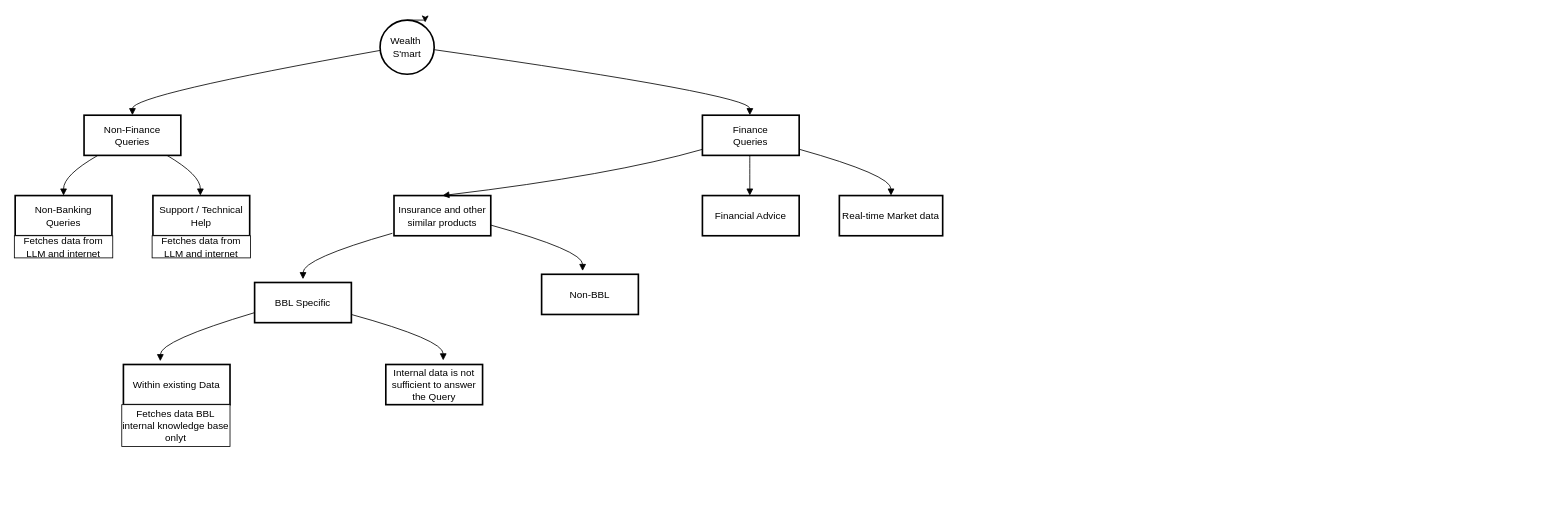
dedmari/FoodMingle keeps this draw.io diagram as Untitled Diagram.drawio. Above is the earlier version. Source tidied: cells renumbered, new cells numbered last; positions are measured from the earlier drawing's top-left corner, leaving out a move shared by most shapes. Both pictures are drawn from the tidied source at 82%, with x=0, y=0 at pixel (14, 20).
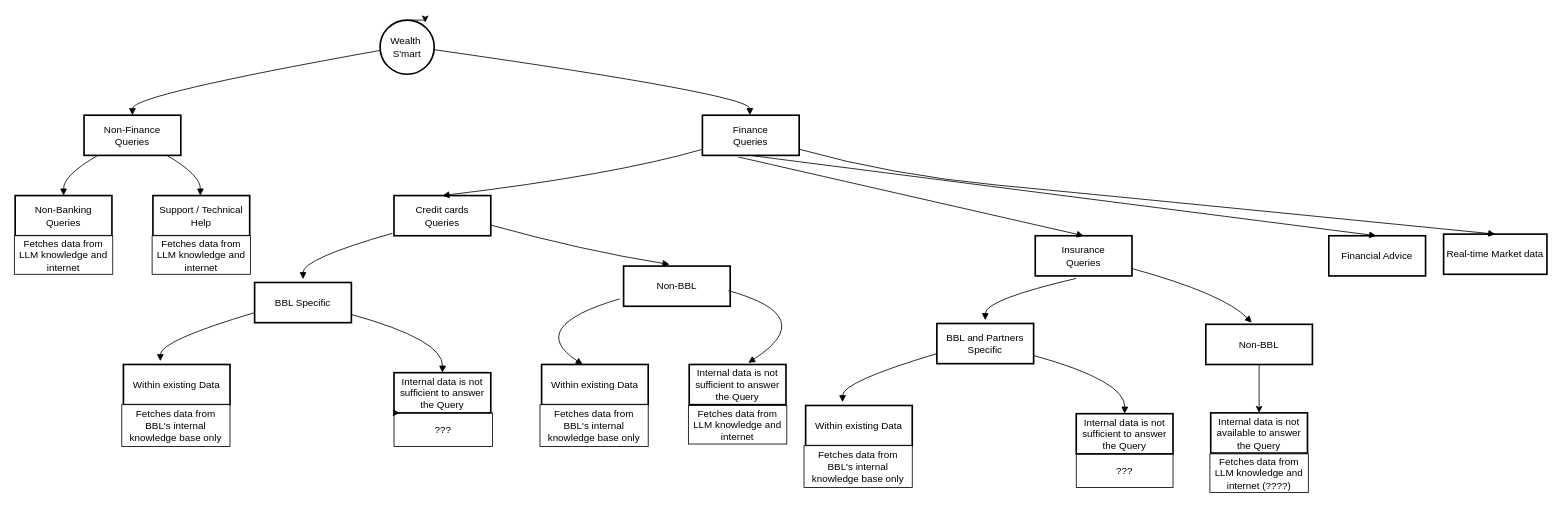
After the change.

Unchanged cells that the change refers to:
```xml
<mxCell id="4" value="Finance&#10;Queries" style="whiteSpace=wrap;strokeWidth=2;" parent="1" vertex="1">
  <mxGeometry x="839.1" y="116" width="118" height="49" as="geometry" />
</mxCell>
```

Change to the diagram source:
```diff
@@
-    <mxCell id="7" value="Insurance and other similar products" style="whiteSpace=wrap;strokeWidth=2;" parent="1" vertex="1">
+    <mxCell id="7" value="Credit cards&#10;Queries" style="whiteSpace=wrap;strokeWidth=2;" parent="1" vertex="1">
       <mxGeometry x="463" y="214" width="118" height="49" as="geometry" />
     </mxCell>
     <mxCell id="8" value="Financial Advice" style="whiteSpace=wrap;strokeWidth=2;" parent="1" vertex="1">
-      <mxGeometry x="839.1" y="214" width="118" height="49" as="geometry" />
+      <mxGeometry x="1603" y="263" width="118" height="49" as="geometry" />
     </mxCell>
     <mxCell id="9" value="Real-time Market data" style="whiteSpace=wrap;strokeWidth=2;" parent="1" vertex="1">
-      <mxGeometry x="1006.1" y="214" width="126" height="49" as="geometry" />
+      <mxGeometry x="1743" y="261" width="126" height="49" as="geometry" />
     </mxCell>
@@
     <mxCell id="16" style="curved=1;startArrow=none;endArrow=block;exitX=0.99;exitY=0.84;entryX=0.5;entryY=0.01;" parent="1" edge="1" source="4" target="9">
       <mxGeometry relative="1" as="geometry">
         <Array as="points">
           <mxPoint x="1069.1" y="189" />
+          <mxPoint x="1333" y="214" />
         </Array>
       </mxGeometry>
     </mxCell>
@@
     <mxCell id="20" value="Non-BBL" style="whiteSpace=wrap;strokeWidth=2;" parent="1" vertex="1">
-      <mxGeometry x="643" y="310" width="118" height="49" as="geometry" />
+      <mxGeometry x="743" y="300" width="130" height="49" as="geometry" />
     </mxCell>
@@
-    <mxCell id="23" style="curved=1;startArrow=none;endArrow=block;exitX=0.99;exitY=0.84;entryX=0.5;entryY=0.01;" parent="1" edge="1">
+    <mxCell id="23" style="curved=1;startArrow=none;endArrow=block;exitX=0.99;exitY=0.84;entryX=0.431;entryY=-0.041;entryDx=0;entryDy=0;entryPerimeter=0;" parent="1" edge="1" target="20">
       <mxGeometry relative="1" as="geometry">
         <mxPoint x="581" y="250" as="sourcePoint" />
-        <mxPoint x="693" y="306" as="targetPoint" />
         <Array as="points">
           <mxPoint x="693.1" y="281" />
         </Array>
       </mxGeometry>
     </mxCell>
-    <mxCell id="24" style="curved=1;startArrow=none;endArrow=block;exitX=0.99;exitY=0.84;entryX=0.5;entryY=0.01;" parent="1" edge="1">
+    <mxCell id="24" style="curved=1;startArrow=none;endArrow=block;exitX=0.99;exitY=0.84;entryX=0.5;entryY=0;entryDx=0;entryDy=0;" parent="1" edge="1" target="33">
       <mxGeometry relative="1" as="geometry">
         <mxPoint x="411" y="359" as="sourcePoint" />
-        <mxPoint x="523" y="415" as="targetPoint" />
         <Array as="points">
           <mxPoint x="523.1" y="390" />
         </Array>
       </mxGeometry>
     </mxCell>
     <mxCell id="25" value="Internal data is not sufficient to answer the Query" style="whiteSpace=wrap;strokeWidth=2;" parent="1" vertex="1">
-      <mxGeometry x="453" y="420" width="118" height="49" as="geometry" />
+      <mxGeometry x="823" y="420" width="118" height="49" as="geometry" />
     </mxCell>
-    <mxCell id="26" value="Fetches data from LLM and internet" style="rounded=0;whiteSpace=wrap;html=1;" parent="1" vertex="1">
-      <mxGeometry y="263" width="120" height="27" as="geometry" />
+    <mxCell id="26" value="Fetches data from LLM knowledge and internet" style="rounded=0;whiteSpace=wrap;html=1;" parent="1" vertex="1">
+      <mxGeometry y="263" width="120" height="47" as="geometry" />
     </mxCell>
-    <mxCell id="27" value="Fetches data from LLM and internet" style="rounded=0;whiteSpace=wrap;html=1;" parent="1" vertex="1">
-      <mxGeometry x="168" y="263" width="120" height="27" as="geometry" />
+    <mxCell id="27" value="Fetches data from LLM knowledge and internet" style="rounded=0;whiteSpace=wrap;html=1;" parent="1" vertex="1">
+      <mxGeometry x="168" y="263" width="120" height="47" as="geometry" />
     </mxCell>
-    <mxCell id="28" value="Fetches data BBL internal knowledge base onlyt" style="rounded=0;whiteSpace=wrap;html=1;" parent="1" vertex="1">
+    <mxCell id="28" value="Fetches data from BBL's internal knowledge base only" style="rounded=0;whiteSpace=wrap;html=1;" parent="1" vertex="1">
       <mxGeometry x="131" y="469" width="132" height="51" as="geometry" />
     </mxCell>
+    <mxCell id="29" value="???" style="rounded=0;whiteSpace=wrap;html=1;" parent="1" vertex="1">
+      <mxGeometry x="463" y="479" width="120" height="41" as="geometry" />
+    </mxCell>
+    <mxCell id="30" value="Within existing Data" style="whiteSpace=wrap;strokeWidth=2;" parent="1" vertex="1">
+      <mxGeometry x="643" y="420" width="130" height="49" as="geometry" />
+    </mxCell>
+    <mxCell id="31" value="Fetches data from BBL's internal knowledge base only" style="rounded=0;whiteSpace=wrap;html=1;" parent="1" vertex="1">
+      <mxGeometry x="641" y="469" width="132" height="51" as="geometry" />
+    </mxCell>
+    <mxCell id="32" style="curved=1;startArrow=none;endArrow=block;exitX=0;exitY=0.75;entryX=0.385;entryY=0;exitDx=0;exitDy=0;entryDx=0;entryDy=0;entryPerimeter=0;" parent="1" edge="1" target="30">
+      <mxGeometry relative="1" as="geometry">
+        <mxPoint x="738" y="340" as="sourcePoint" />
+        <Array as="points">
+          <mxPoint x="623.1" y="374" />
+        </Array>
+      </mxGeometry>
+    </mxCell>
+    <mxCell id="33" value="Internal data is not sufficient to answer the Query" style="whiteSpace=wrap;strokeWidth=2;" parent="1" vertex="1">
+      <mxGeometry x="463" y="430" width="118" height="49" as="geometry" />
+    </mxCell>
+    <mxCell id="34" style="edgeStyle=orthogonalEdgeStyle;rounded=0;jettySize=auto;html=1;exitX=0;exitY=0;exitDx=0;exitDy=0;entryX=0.059;entryY=1.02;entryDx=0;entryDy=0;entryPerimeter=0;" parent="1" edge="1" source="29" target="33">
+      <mxGeometry relative="1" as="geometry" />
+    </mxCell>
+    <mxCell id="35" style="curved=1;startArrow=none;endArrow=block;exitX=0.99;exitY=0.84;entryX=0.61;entryY=-0.041;entryDx=0;entryDy=0;entryPerimeter=0;" parent="1" edge="1" target="25">
+      <mxGeometry relative="1" as="geometry">
+        <mxPoint x="870.9" y="330" as="sourcePoint" />
+        <Array as="points">
+          <mxPoint x="983" y="361" />
+        </Array>
+      </mxGeometry>
+    </mxCell>
+    <mxCell id="36" value="Fetches data from LLM knowledge and internet" style="rounded=0;whiteSpace=wrap;html=1;" parent="1" vertex="1">
+      <mxGeometry x="822" y="470" width="120" height="47" as="geometry" />
+    </mxCell>
+    <mxCell id="37" value="Insurance&#10;Queries" style="whiteSpace=wrap;strokeWidth=2;" parent="1" vertex="1">
+      <mxGeometry x="1245" y="263" width="118" height="49" as="geometry" />
+    </mxCell>
+    <mxCell id="38" style="curved=1;startArrow=none;endArrow=block;exitX=0.49;exitY=0.99;entryX=0.5;entryY=0;entryDx=0;entryDy=0;" parent="1" edge="1" target="37">
+      <mxGeometry relative="1" as="geometry">
+        <mxPoint x="883" y="167" as="sourcePoint" />
+      </mxGeometry>
+    </mxCell>
+    <mxCell id="39" style="curved=1;startArrow=none;endArrow=block;entryX=0.5;entryY=0.01;exitX=0.424;exitY=1.061;exitDx=0;exitDy=0;exitPerimeter=0;" parent="1" edge="1" source="37">
+      <mxGeometry relative="1" as="geometry">
+        <mxPoint x="1184" y="366" as="targetPoint" />
+        <Array as="points">
+          <mxPoint x="1184.1" y="341" />
+        </Array>
+      </mxGeometry>
+    </mxCell>
+    <mxCell id="40" value="BBL and Partners Specific" style="whiteSpace=wrap;strokeWidth=2;" parent="1" vertex="1">
+      <mxGeometry x="1125" y="370" width="118" height="49" as="geometry" />
+    </mxCell>
+    <mxCell id="41" style="curved=1;startArrow=none;endArrow=block;exitX=0;exitY=0.75;entryX=0.5;entryY=0.01;exitDx=0;exitDy=0;" parent="1" edge="1" source="40">
+      <mxGeometry relative="1" as="geometry">
+        <mxPoint x="1010" y="466" as="targetPoint" />
+        <Array as="points">
+          <mxPoint x="1010.1" y="441" />
+        </Array>
+      </mxGeometry>
+    </mxCell>
+    <mxCell id="42" value="Within existing Data" style="whiteSpace=wrap;strokeWidth=2;" parent="1" vertex="1">
+      <mxGeometry x="965" y="470" width="130" height="49" as="geometry" />
+    </mxCell>
+    <mxCell id="43" style="curved=1;startArrow=none;endArrow=block;exitX=0.99;exitY=0.84;entryX=0.5;entryY=0;entryDx=0;entryDy=0;" parent="1" edge="1" target="46">
+      <mxGeometry relative="1" as="geometry">
+        <mxPoint x="1243" y="409" as="sourcePoint" />
+        <Array as="points">
+          <mxPoint x="1355.1" y="440" />
+        </Array>
+      </mxGeometry>
+    </mxCell>
+    <mxCell id="44" value="Fetches data from BBL's internal knowledge base only" style="rounded=0;whiteSpace=wrap;html=1;" parent="1" vertex="1">
+      <mxGeometry x="963" y="519" width="132" height="51" as="geometry" />
+    </mxCell>
+    <mxCell id="45" value="???" style="rounded=0;whiteSpace=wrap;html=1;" parent="1" vertex="1">
+      <mxGeometry x="1295" y="529" width="118" height="41" as="geometry" />
+    </mxCell>
+    <mxCell id="46" value="Internal data is not sufficient to answer the Query" style="whiteSpace=wrap;strokeWidth=2;" parent="1" vertex="1">
+      <mxGeometry x="1295" y="480" width="118" height="49" as="geometry" />
+    </mxCell>
+    <mxCell id="47" value="Non-BBL" style="whiteSpace=wrap;strokeWidth=2;" parent="1" vertex="1">
+      <mxGeometry x="1453" y="371" width="130" height="49" as="geometry" />
+    </mxCell>
+    <mxCell id="48" style="curved=1;startArrow=none;endArrow=block;exitX=0.99;exitY=0.84;entryX=0.431;entryY=-0.041;entryDx=0;entryDy=0;entryPerimeter=0;" parent="1" edge="1" target="47">
+      <mxGeometry relative="1" as="geometry">
+        <mxPoint x="1363" y="303" as="sourcePoint" />
+        <Array as="points">
+          <mxPoint x="1475.1" y="334" />
+        </Array>
+      </mxGeometry>
+    </mxCell>
+    <mxCell id="49" value="Internal data is not available to answer the Query" style="whiteSpace=wrap;strokeWidth=2;" parent="1" vertex="1">
+      <mxGeometry x="1459" y="479" width="118" height="49" as="geometry" />
+    </mxCell>
+    <mxCell id="50" value="Fetches data from LLM knowledge and internet (????)" style="rounded=0;whiteSpace=wrap;html=1;" parent="1" vertex="1">
+      <mxGeometry x="1458" y="529" width="120" height="47" as="geometry" />
+    </mxCell>
+    <mxCell id="51" style="endArrow=classic;html=1;rounded=0;entryX=0.5;entryY=0;entryDx=0;entryDy=0;exitX=0.5;exitY=1;exitDx=0;exitDy=0;" parent="1" edge="1" source="47" target="49">
+      <mxGeometry relative="1" as="geometry" />
+    </mxCell>
```
